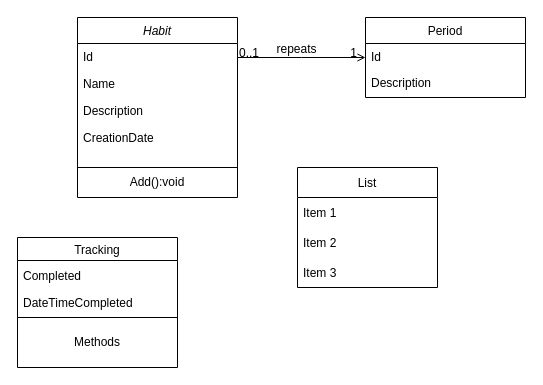
The draw.io diagram OOFPP_Habits_Phase1/HabitTrackerClassdiagram.drawio in gerharddev/oof_habits_project, before the edit. Source tidied: cells renumbered, new cells numbered last; positions are measured from the earlier drawing's top-left corner, leaving out a move shared by most shapes. Both pictures are drawn from the tidied source at 100%, with x=0, y=0 at pixel (17, 17).
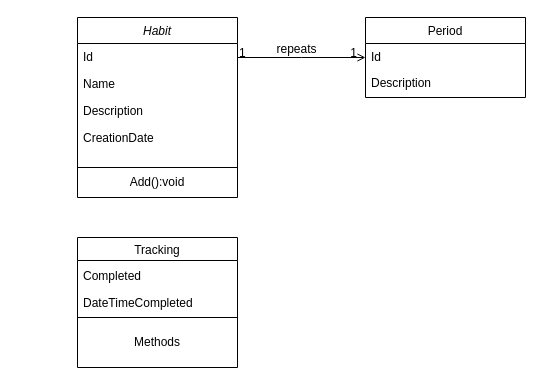
Above is the later version.

The change refers to these unchanged cells:
```xml
<mxCell id="11" style="endArrow=open;shadow=0;strokeWidth=1;rounded=0;endFill=1;edgeStyle=elbowEdgeStyle;elbow=vertical;" parent="1" edge="1" source="2" target="8">
  <mxGeometry x="0.5" y="41" relative="1" as="geometry">
    <mxPoint x="-40" y="32" as="offset" />
  </mxGeometry>
</mxCell>
```

What changed in the source:
```diff
@@
-    <mxCell id="12" value="0..1" style="align=left;verticalAlign=bottom;labelBackgroundColor=none;fontSize=12;" parent="11" vertex="1">
+    <mxCell id="12" value="1" style="align=left;verticalAlign=bottom;labelBackgroundColor=none;fontSize=12;" parent="11" vertex="1">
       <mxGeometry x="-1" relative="1" as="geometry">
         <mxPoint y="4" as="offset" />
       </mxGeometry>
     </mxCell>
@@
     <mxCell id="15" value="Tracking" style="swimlane;fontStyle=0;" parent="1" vertex="1">
-      <mxGeometry y="220" width="160" height="130" as="geometry" />
+      <mxGeometry x="60" y="220" width="160" height="130" as="geometry" />
     </mxCell>
@@
-    <mxCell id="20" value="List" style="swimlane;fontStyle=0;horizontal=1;startSize=30;" parent="1" vertex="1">
-      <mxGeometry x="280" y="150" width="140" height="120" as="geometry" />
-    </mxCell>
-    <mxCell id="21" value="Item 1" style="text;strokeColor=none;fillColor=none;align=left;verticalAlign=middle;spacingLeft=4;spacingRight=4;overflow=hidden;" parent="20" vertex="1">
-      <mxGeometry y="30" width="140" height="30" as="geometry" />
-    </mxCell>
-    <mxCell id="22" value="Item 2" style="text;strokeColor=none;fillColor=none;align=left;verticalAlign=middle;spacingLeft=4;spacingRight=4;overflow=hidden;" parent="20" vertex="1">
-      <mxGeometry y="60" width="140" height="30" as="geometry" />
-    </mxCell>
-    <mxCell id="23" value="Item 3" style="text;strokeColor=none;fillColor=none;align=left;verticalAlign=middle;spacingLeft=4;spacingRight=4;overflow=hidden;" parent="20" vertex="1">
-      <mxGeometry y="90" width="140" height="30" as="geometry" />
-    </mxCell>
```
